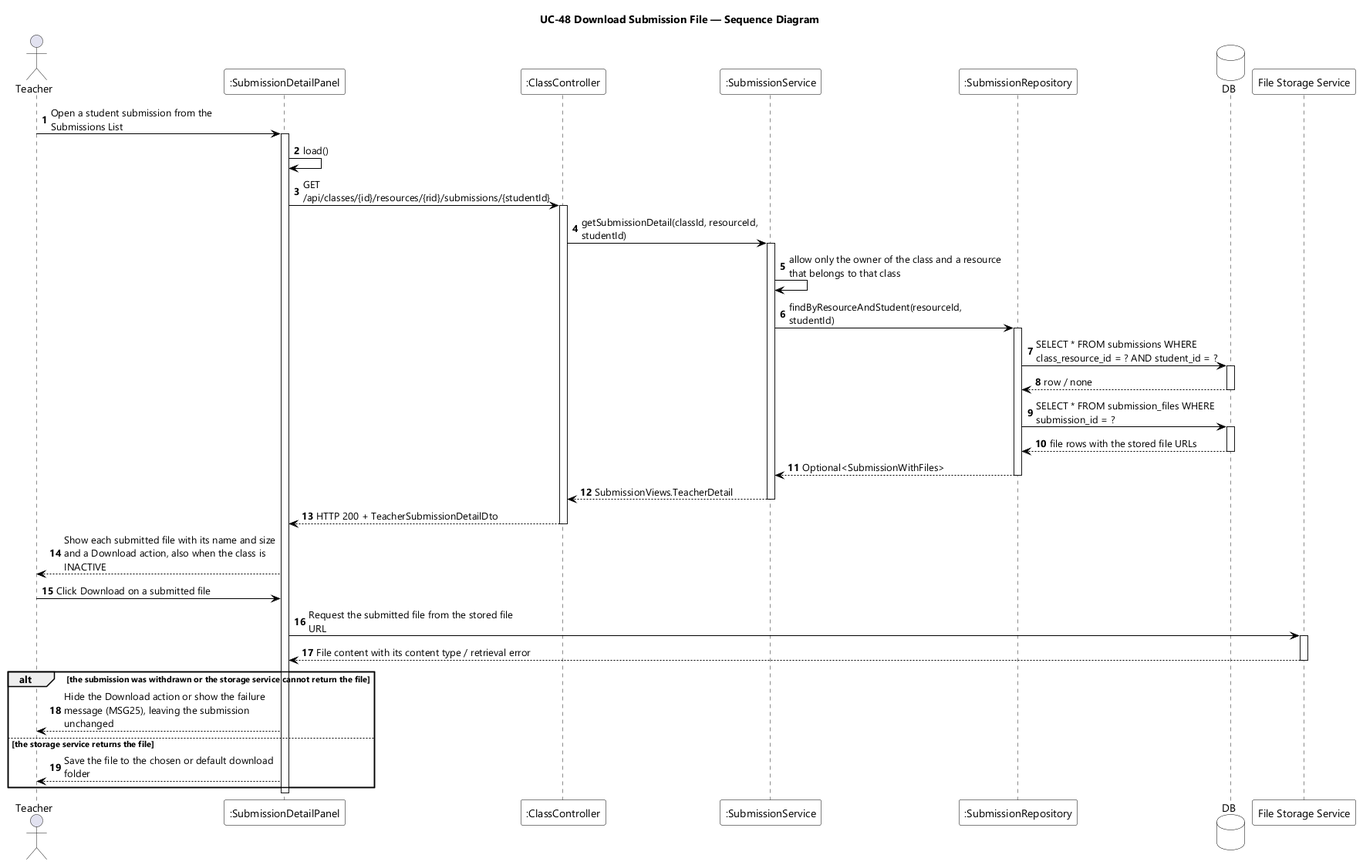
Earlier version of the PlantUML export designs/sds-diagrams/uc48/uc48-sequence-diagram.png (EduA-system/EduA-system). Its diagram source:
```plantuml
@startuml UC-48 Download Submission File - Sequence Diagram
skinparamlocked dpi 96
skinparam defaultFontName "Segoe UI"
skinparam shadowing false
skinparam ParticipantBackgroundColor #FFFFFF
skinparam ParticipantBorderColor #000000
skinparam DatabaseBackgroundColor #FFFFFF
skinparam DatabaseBorderColor #000000
skinparam ArrowColor #000000
skinparam sequenceMessageAlign left
skinparam maxMessageSize 280
title UC-48 Download Submission File — Sequence Diagram

actor Teacher
participant ":SubmissionDetailPanel" as UI
participant ":ClassController" as CTL
participant ":SubmissionService" as SVC
participant ":SubmissionRepository" as REPO
database DB
participant "File Storage Service" as STORAGE

autonumber
Teacher -> UI : Open a student submission from the Submissions List
activate UI
UI -> UI : load()
UI -> CTL : GET /api/classes/{id}/resources/{rid}/submissions/{studentId}
activate CTL
CTL -> SVC : getSubmissionDetail(classId, resourceId, studentId)
activate SVC
SVC -> SVC : allow only the owner of the class and a resource that belongs to that class
SVC -> REPO : findByResourceAndStudent(resourceId, studentId)
activate REPO
REPO -> DB : SELECT * FROM submissions WHERE class_resource_id = ? AND student_id = ?
activate DB
DB --> REPO : row / none
deactivate DB
REPO -> DB : SELECT * FROM submission_files WHERE submission_id = ?
activate DB
DB --> REPO : file rows with the stored file URLs
deactivate DB
REPO --> SVC : Optional<SubmissionWithFiles>
deactivate REPO
SVC --> CTL : SubmissionViews.TeacherDetail
deactivate SVC
CTL --> UI : HTTP 200 + TeacherSubmissionDetailDto
deactivate CTL
UI --> Teacher : Show each submitted file with its name and size and a Download action, also when the class is INACTIVE

Teacher -> UI : Click Download on a submitted file
UI -> STORAGE : Request the submitted file from the stored file URL
activate STORAGE
STORAGE --> UI : File content with its content type / retrieval error
deactivate STORAGE

alt the submission was withdrawn or the storage service cannot return the file
  UI --> Teacher : Hide the Download action or show the failure message (MSG25), leaving the submission unchanged
else the storage service returns the file
  UI --> Teacher : Save the file to the chosen or default download folder
end
deactivate UI
@enduml
```
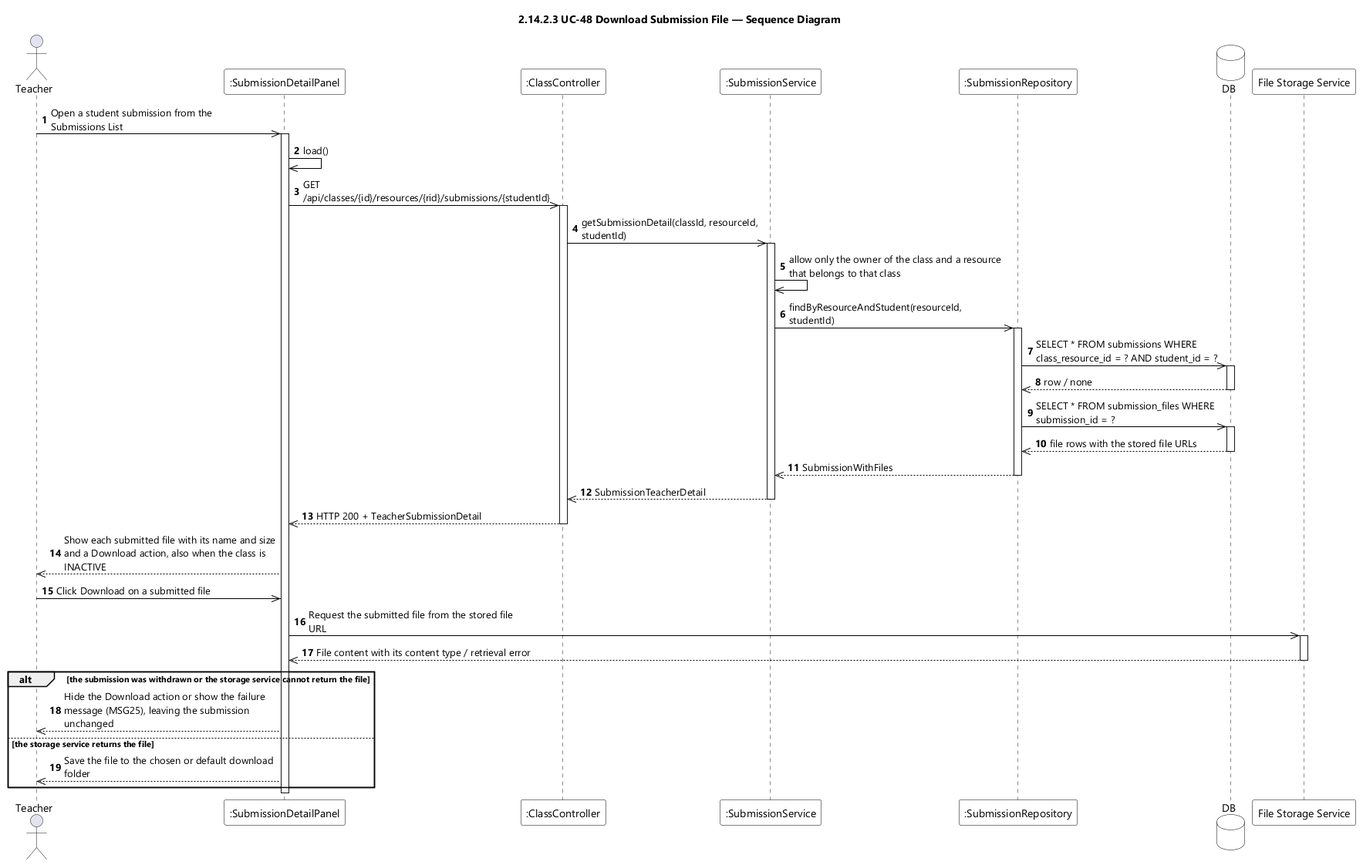
After the change.

Diff of the diagram source:
```diff
@@ -9,7 +9,7 @@
 skinparam ArrowColor #000000
 skinparam sequenceMessageAlign left
 skinparam maxMessageSize 280
-title UC-48 Download Submission File — Sequence Diagram
+title 2.14.2.3 UC-48 Download Submission File — Sequence Diagram
 
 actor Teacher
 participant ":SubmissionDetailPanel" as UI
@@ -20,42 +20,42 @@
 participant "File Storage Service" as STORAGE
 
 autonumber
-Teacher -> UI : Open a student submission from the Submissions List
+Teacher ->> UI : Open a student submission from the Submissions List
 activate UI
-UI -> UI : load()
-UI -> CTL : GET /api/classes/{id}/resources/{rid}/submissions/{studentId}
+UI ->> UI : load()
+UI ->> CTL : GET /api/classes/{id}/resources/{rid}/submissions/{studentId}
 activate CTL
-CTL -> SVC : getSubmissionDetail(classId, resourceId, studentId)
+CTL ->> SVC : getSubmissionDetail(classId, resourceId, studentId)
 activate SVC
-SVC -> SVC : allow only the owner of the class and a resource that belongs to that class
-SVC -> REPO : findByResourceAndStudent(resourceId, studentId)
+SVC ->> SVC : allow only the owner of the class and a resource that belongs to that class
+SVC ->> REPO : findByResourceAndStudent(resourceId, studentId)
 activate REPO
-REPO -> DB : SELECT * FROM submissions WHERE class_resource_id = ? AND student_id = ?
+REPO ->> DB : SELECT * FROM submissions WHERE class_resource_id = ? AND student_id = ?
 activate DB
-DB --> REPO : row / none
+DB -->> REPO : row / none
 deactivate DB
-REPO -> DB : SELECT * FROM submission_files WHERE submission_id = ?
+REPO ->> DB : SELECT * FROM submission_files WHERE submission_id = ?
 activate DB
-DB --> REPO : file rows with the stored file URLs
+DB -->> REPO : file rows with the stored file URLs
 deactivate DB
-REPO --> SVC : Optional<SubmissionWithFiles>
+REPO -->> SVC : SubmissionWithFiles
 deactivate REPO
-SVC --> CTL : SubmissionViews.TeacherDetail
+SVC -->> CTL : SubmissionTeacherDetail
 deactivate SVC
-CTL --> UI : HTTP 200 + TeacherSubmissionDetailDto
+CTL -->> UI : HTTP 200 + TeacherSubmissionDetail
 deactivate CTL
-UI --> Teacher : Show each submitted file with its name and size and a Download action, also when the class is INACTIVE
+UI -->> Teacher : Show each submitted file with its name and size and a Download action, also when the class is INACTIVE
 
-Teacher -> UI : Click Download on a submitted file
-UI -> STORAGE : Request the submitted file from the stored file URL
+Teacher ->> UI : Click Download on a submitted file
+UI ->> STORAGE : Request the submitted file from the stored file URL
 activate STORAGE
-STORAGE --> UI : File content with its content type / retrieval error
+STORAGE -->> UI : File content with its content type / retrieval error
 deactivate STORAGE
 
 alt the submission was withdrawn or the storage service cannot return the file
-  UI --> Teacher : Hide the Download action or show the failure message (MSG25), leaving the submission unchanged
+  UI -->> Teacher : Hide the Download action or show the failure message (MSG25), leaving the submission unchanged
 else the storage service returns the file
-  UI --> Teacher : Save the file to the chosen or default download folder
+  UI -->> Teacher : Save the file to the chosen or default download folder
 end
 deactivate UI
 @enduml
```
